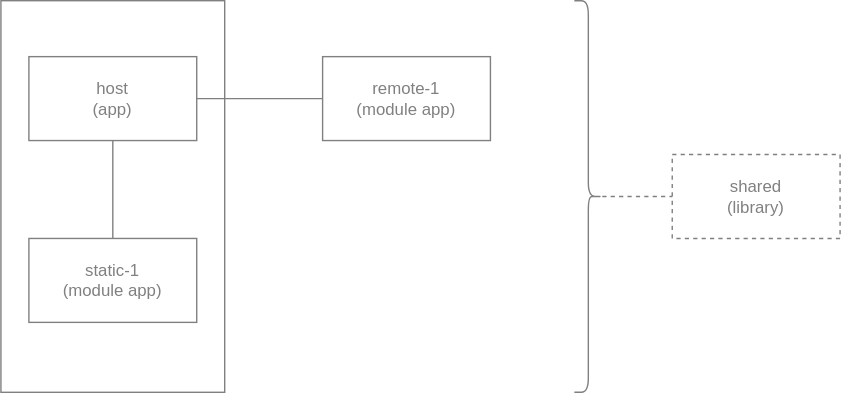
This is app.drawio.svg from patricklafrance/wmfnext-shell, a draw.io export, as it was before one commit. Source tidied: cells renumbered, new cells last; positions are measured from the earlier drawing's top-left corner, leaving out a move shared by most shapes.
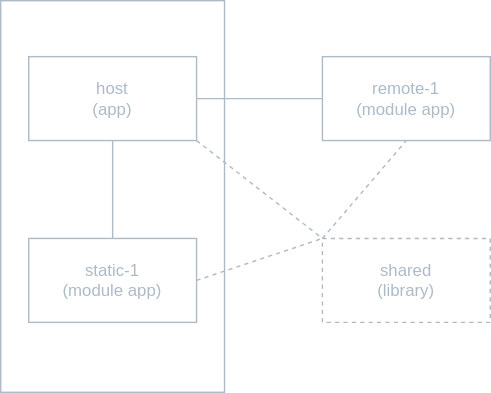
After the change.

Commit message:
Testing dark mode only toggle un markdown

The edit, as a diff of the source:
```diff
@@ -2,32 +2,35 @@
   <root>
     <mxCell id="0" />
     <mxCell id="1" parent="0" />
-    <mxCell id="2" style="rounded=0;whiteSpace=wrap;html=1;fillColor=none;strokeColor=#808080;" parent="1" vertex="1">
+    <mxCell id="2" style="rounded=0;whiteSpace=wrap;html=1;fillColor=none;strokeColor=#ADBAC7;" parent="1" vertex="1">
       <mxGeometry width="160" height="280" as="geometry" />
     </mxCell>
-    <mxCell id="3" style="edgeStyle=none;html=1;endArrow=none;endFill=0;strokeColor=#808080;" parent="1" edge="1" source="5" target="6">
+    <mxCell id="3" style="edgeStyle=none;html=1;endArrow=none;endFill=0;strokeColor=#ADBAC7;" parent="1" edge="1" source="5" target="6">
       <mxGeometry relative="1" as="geometry" />
     </mxCell>
-    <mxCell id="4" style="edgeStyle=none;html=1;endArrow=none;endFill=0;strokeColor=#808080;" parent="1" edge="1" source="5" target="7">
+    <mxCell id="4" style="edgeStyle=none;html=1;endArrow=none;endFill=0;strokeColor=#ADBAC7;" parent="1" edge="1" source="5" target="7">
       <mxGeometry relative="1" as="geometry" />
     </mxCell>
-    <mxCell id="5" value="host&lt;br&gt;(app)" style="rounded=0;whiteSpace=wrap;html=1;fillColor=none;strokeColor=#808080;fontColor=#808080;" parent="1" vertex="1">
+    <mxCell id="5" value="&lt;font color=&quot;#adbac7&quot;&gt;host&lt;br&gt;(app)&lt;/font&gt;" style="rounded=0;whiteSpace=wrap;html=1;fillColor=none;strokeColor=#ADBAC7;fontColor=#808080;" parent="1" vertex="1">
       <mxGeometry x="20" y="40" width="120" height="60" as="geometry" />
     </mxCell>
-    <mxCell id="6" value="static-1&lt;br&gt;(module app)" style="rounded=0;whiteSpace=wrap;html=1;fillColor=none;strokeColor=#808080;fontColor=#808080;" parent="1" vertex="1">
+    <mxCell id="6" value="&lt;font color=&quot;#adbac7&quot;&gt;static-1&lt;br&gt;(module app)&lt;/font&gt;" style="rounded=0;whiteSpace=wrap;html=1;fillColor=none;strokeColor=#ADBAC7;fontColor=#808080;" parent="1" vertex="1">
       <mxGeometry x="20" y="170" width="120" height="60" as="geometry" />
     </mxCell>
-    <mxCell id="7" value="remote-1&lt;br&gt;(module app)" style="rounded=0;whiteSpace=wrap;html=1;fillColor=none;strokeColor=#808080;fontColor=#808080;" parent="1" vertex="1">
+    <mxCell id="7" value="&lt;font color=&quot;#adbac7&quot;&gt;remote-1&lt;br&gt;(module app)&lt;/font&gt;" style="rounded=0;whiteSpace=wrap;html=1;fillColor=none;strokeColor=#ADBAC7;fontColor=#808080;" parent="1" vertex="1">
       <mxGeometry x="230" y="40" width="120" height="60" as="geometry" />
     </mxCell>
+    <mxCell id="10" value="&lt;font color=&quot;#adbac7&quot;&gt;shared&lt;br&gt;(library)&lt;/font&gt;" style="rounded=0;whiteSpace=wrap;html=1;dashed=1;fillColor=none;strokeColor=#ADBAC7;fontColor=#808080;" parent="1" vertex="1">
+      <mxGeometry x="230" y="170" width="120" height="60" as="geometry" />
+    </mxCell>
-    <mxCell id="8" style="edgeStyle=none;html=1;endArrow=none;endFill=0;dashed=1;strokeColor=#808080;" parent="1" edge="1" source="9" target="10">
+    <mxCell id="8" style="endArrow=none;dashed=1;html=1;strokeColor=#ADBAC7;fontColor=#ADBAC7;exitX=0;exitY=0;exitDx=0;exitDy=0;entryX=0.5;entryY=1;entryDx=0;entryDy=0;" parent="1" edge="1" source="10" target="7">
       <mxGeometry relative="1" as="geometry" />
     </mxCell>
-    <mxCell id="9" style="shape=curlyBracket;whiteSpace=wrap;html=1;rounded=1;flipH=1;labelPosition=right;verticalLabelPosition=middle;align=left;verticalAlign=middle;fillColor=none;strokeColor=#808080;" parent="1" vertex="1">
-      <mxGeometry x="410" width="20" height="280" as="geometry" />
-    </mxCell>
-    <mxCell id="10" value="shared&lt;br&gt;(library)" style="rounded=0;whiteSpace=wrap;html=1;dashed=1;fillColor=none;strokeColor=#808080;fontColor=#808080;" parent="1" vertex="1">
-      <mxGeometry x="480" y="110" width="120" height="60" as="geometry" />
-    </mxCell>
+    <mxCell id="11" style="endArrow=none;dashed=1;html=1;strokeColor=#ADBAC7;fontColor=#ADBAC7;entryX=0;entryY=0;entryDx=0;entryDy=0;exitX=1;exitY=1;exitDx=0;exitDy=0;" parent="1" edge="1" source="5" target="10">
+      <mxGeometry relative="1" as="geometry" />
+    </mxCell>
+    <mxCell id="12" style="endArrow=none;dashed=1;html=1;strokeColor=#ADBAC7;fontColor=#ADBAC7;entryX=0;entryY=0;entryDx=0;entryDy=0;exitX=1;exitY=0.5;exitDx=0;exitDy=0;" parent="1" edge="1" source="6" target="10">
+      <mxGeometry relative="1" as="geometry" />
+    </mxCell>
   </root>
 </mxGraphModel>
```
